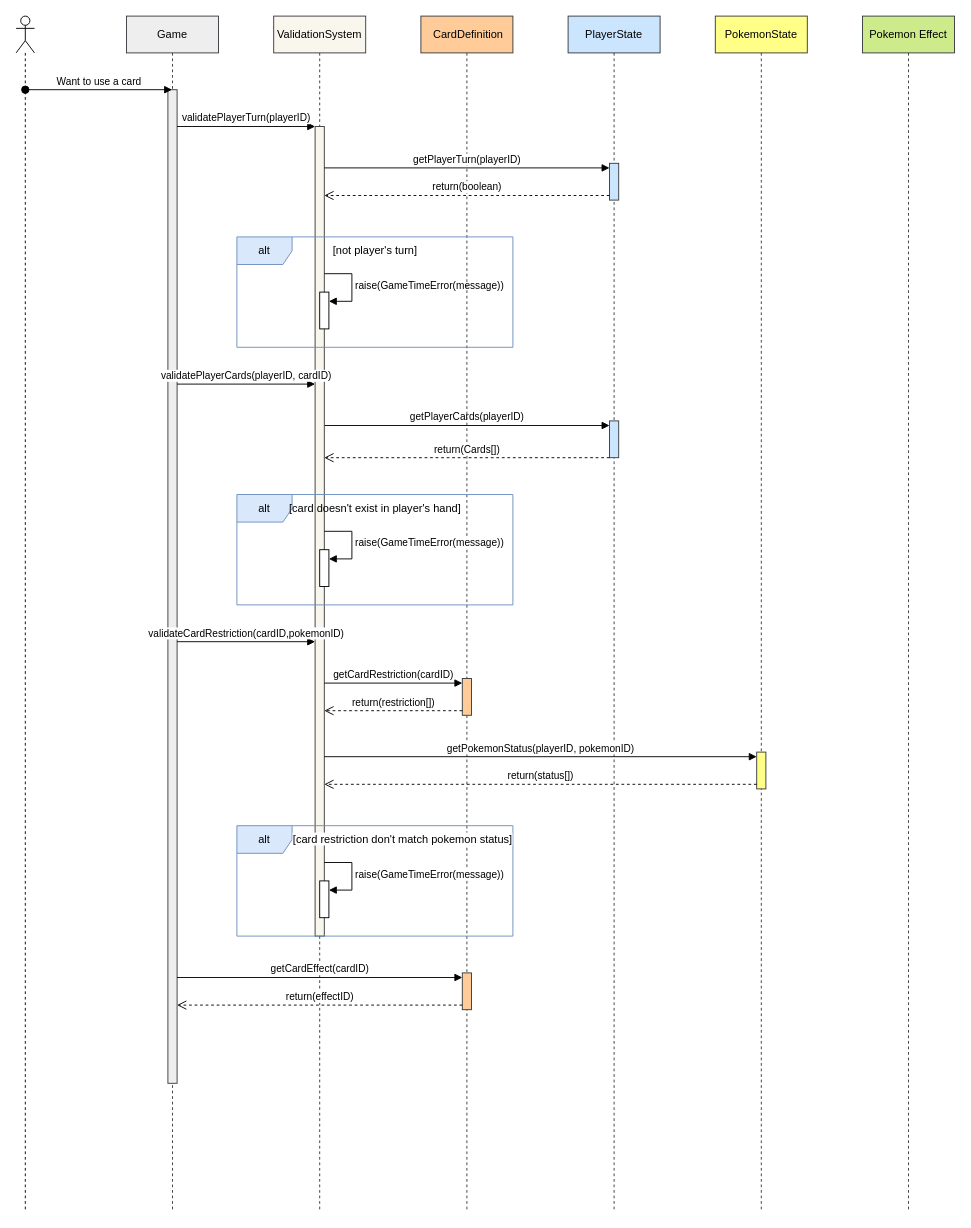
Earlier version of the draw.io diagram planning/game mechanics/UsingCard.drawio (Crythemoon/PokemonBoardGame). Source tidied: cells renumbered, new cells numbered last; positions are measured from the earlier drawing's top-left corner, leaving out a move shared by most shapes. Both pictures are drawn from the tidied source at 92%, with x=0, y=0 at pixel (16, 16).
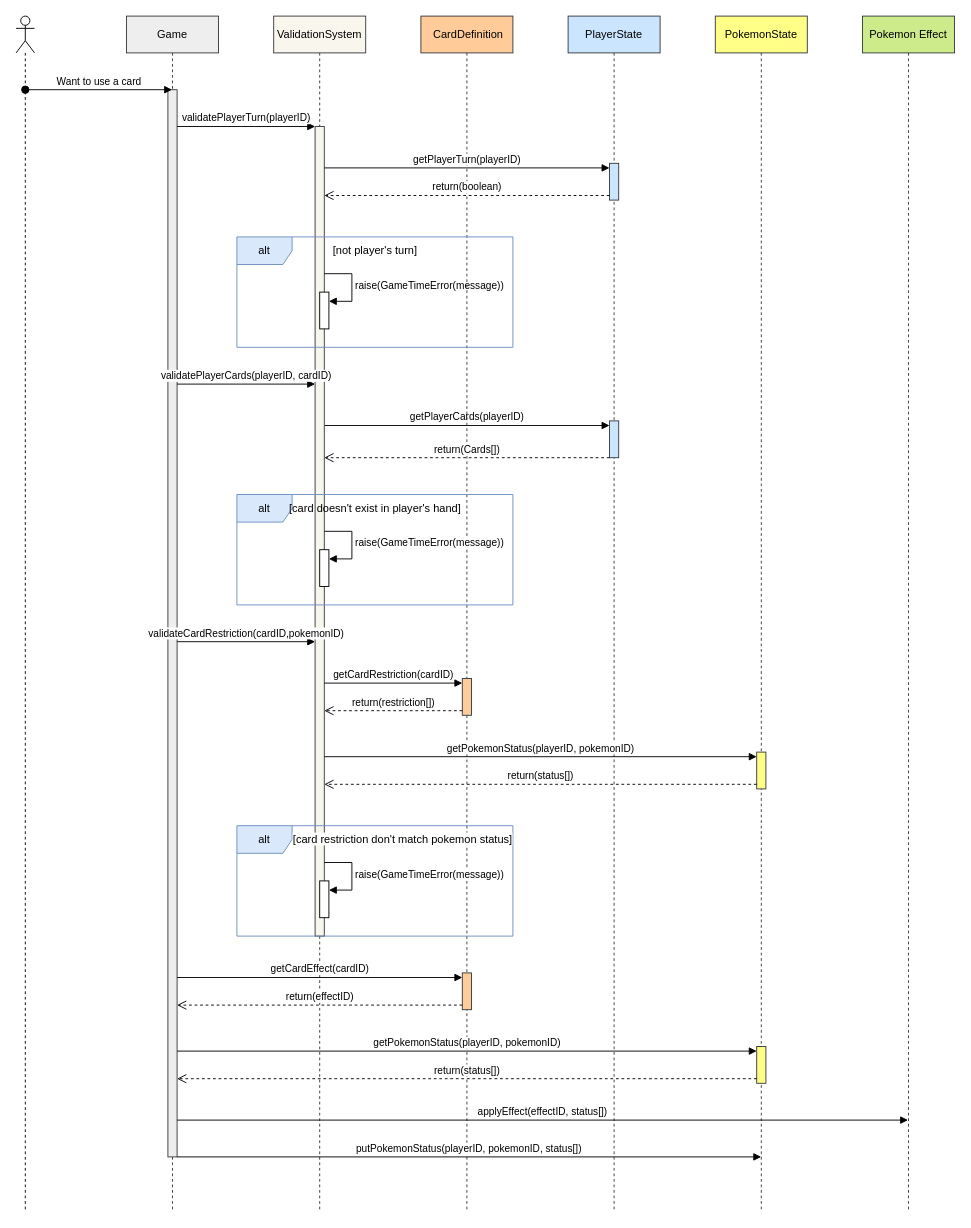
After the change.

The change refers to these unchanged cells:
```xml
<mxCell id="3" value="Game" style="shape=umlLifeline;perimeter=lifelinePerimeter;whiteSpace=wrap;html=1;outlineConnect=0;portConstraint=eastwest;newEdgeStyle={&quot;curved&quot;:0,&quot;rounded&quot;:0};fillColor=#eeeeee;strokeColor=#36393d;" parent="1" vertex="1">
  <mxGeometry x="120" width="100" height="1300" as="geometry" />
</mxCell>
<mxCell id="31" value="PokemonState" style="shape=umlLifeline;perimeter=lifelinePerimeter;whiteSpace=wrap;html=1;newEdgeStyle={&quot;curved&quot;:0,&quot;rounded&quot;:0};fillColor=#ffff88;strokeColor=#36393d;" parent="1" vertex="1">
  <mxGeometry x="760" width="100" height="1300" as="geometry" />
</mxCell>
```

The edit, as a diff of the source:
```diff
@@
     <mxCell id="4" style="html=1;points=[[0,0,0,0,5],[0,1,0,0,-5],[1,0,0,0,5],[1,1,0,0,-5]];perimeter=orthogonalPerimeter;outlineConnect=0;targetShapes=umlLifeline;portConstraint=eastwest;newEdgeStyle={&quot;curved&quot;:0,&quot;rounded&quot;:0};fillColor=#eeeeee;strokeColor=#36393d;" parent="3" vertex="1">
-      <mxGeometry x="45" y="80" width="10" height="1080" as="geometry" />
+      <mxGeometry x="45" y="80" width="10" height="1160" as="geometry" />
     </mxCell>
@@
+    <mxCell id="42" style="html=1;points=[[0,0,0,0,5],[0,1,0,0,-5],[1,0,0,0,5],[1,1,0,0,-5]];perimeter=orthogonalPerimeter;outlineConnect=0;targetShapes=umlLifeline;portConstraint=eastwest;newEdgeStyle={&quot;curved&quot;:0,&quot;rounded&quot;:0};fillColor=#ffff88;strokeColor=#36393d;" parent="31" vertex="1">
+      <mxGeometry x="45" y="1120" width="10" height="40" as="geometry" />
+    </mxCell>
@@
+    <mxCell id="43" value="applyEffect(effectID, status[])" style="html=1;verticalAlign=bottom;endArrow=block;curved=0;rounded=0;" parent="1" edge="1">
+      <mxGeometry relative="1" as="geometry">
+        <mxPoint x="175" y="1200" as="sourcePoint" />
+        <mxPoint x="969.5" y="1200" as="targetPoint" />
+      </mxGeometry>
+    </mxCell>
+    <mxCell id="44" value="getPokemonStatus(playerID, pokemonID)" style="html=1;verticalAlign=bottom;endArrow=block;curved=0;rounded=0;entryX=0;entryY=0;entryDx=0;entryDy=5;" parent="1" edge="1" source="4" target="42">
+      <mxGeometry relative="1" as="geometry" />
+    </mxCell>
+    <mxCell id="45" value="return(status[])" style="html=1;verticalAlign=bottom;endArrow=open;dashed=1;endSize=8;curved=0;rounded=0;exitX=0;exitY=1;exitDx=0;exitDy=-5;" parent="1" edge="1" source="42" target="4">
+      <mxGeometry relative="1" as="geometry" />
+    </mxCell>
+    <mxCell id="46" value="putPokemonStatus(playerID, pokemonID, status[])" style="html=1;verticalAlign=bottom;endArrow=block;curved=0;rounded=0;" parent="1" edge="1" source="4">
+      <mxGeometry relative="1" as="geometry">
+        <mxPoint x="809.9" y="1240" as="targetPoint" />
+      </mxGeometry>
+    </mxCell>
```
